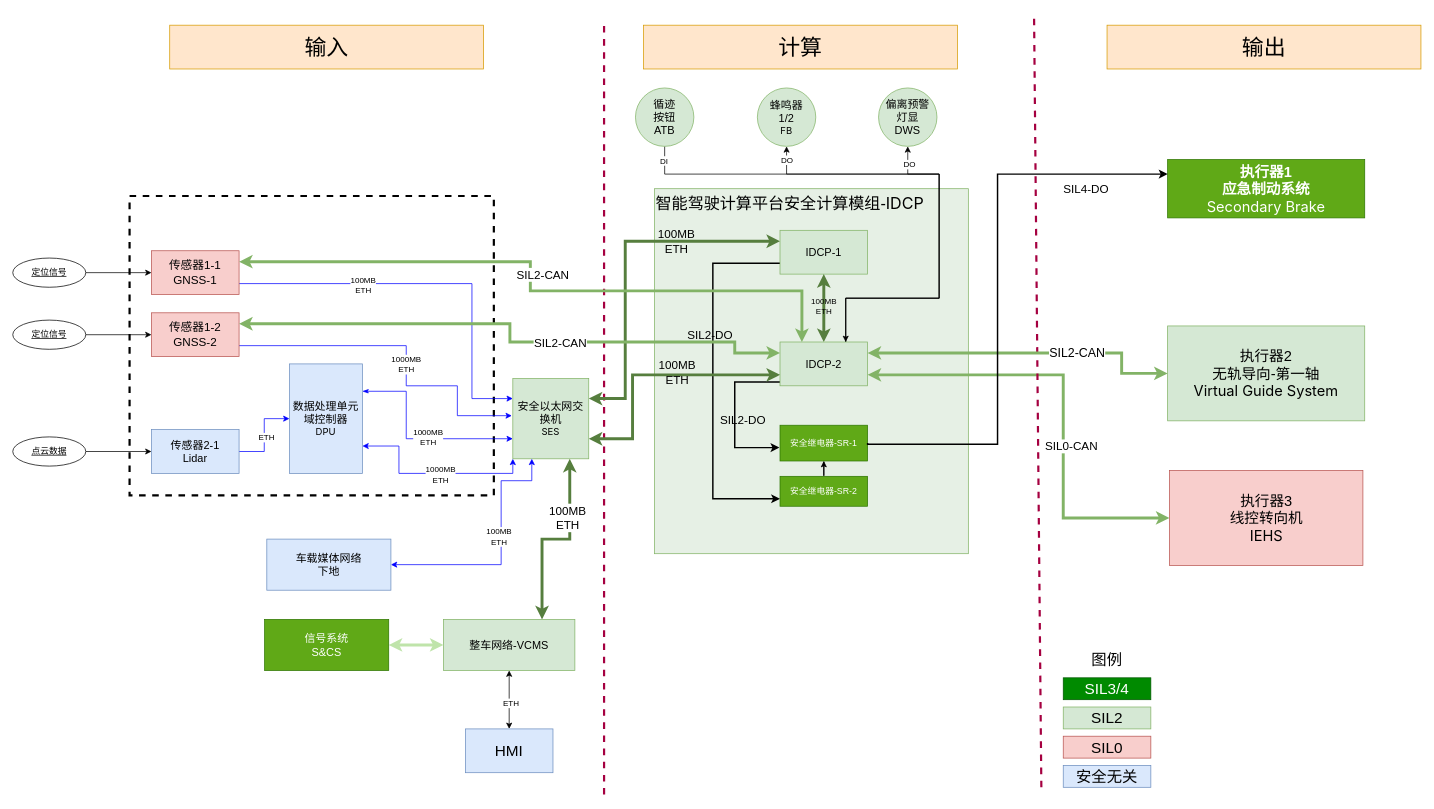
The draw.io diagram page "循迹系统全连接图-240415update" (1 of 8) of 马来DAS系统关联关系图.drawio in FrankWong-cs/SharingwithColleagues, before the edit. Source tidied: cells renumbered, new cells numbered last; positions are measured from the earlier drawing's top-left corner, leaving out a move shared by most shapes. Both pictures are drawn from the tidied source at 73%, with x=0, y=0 at pixel (12, 13).
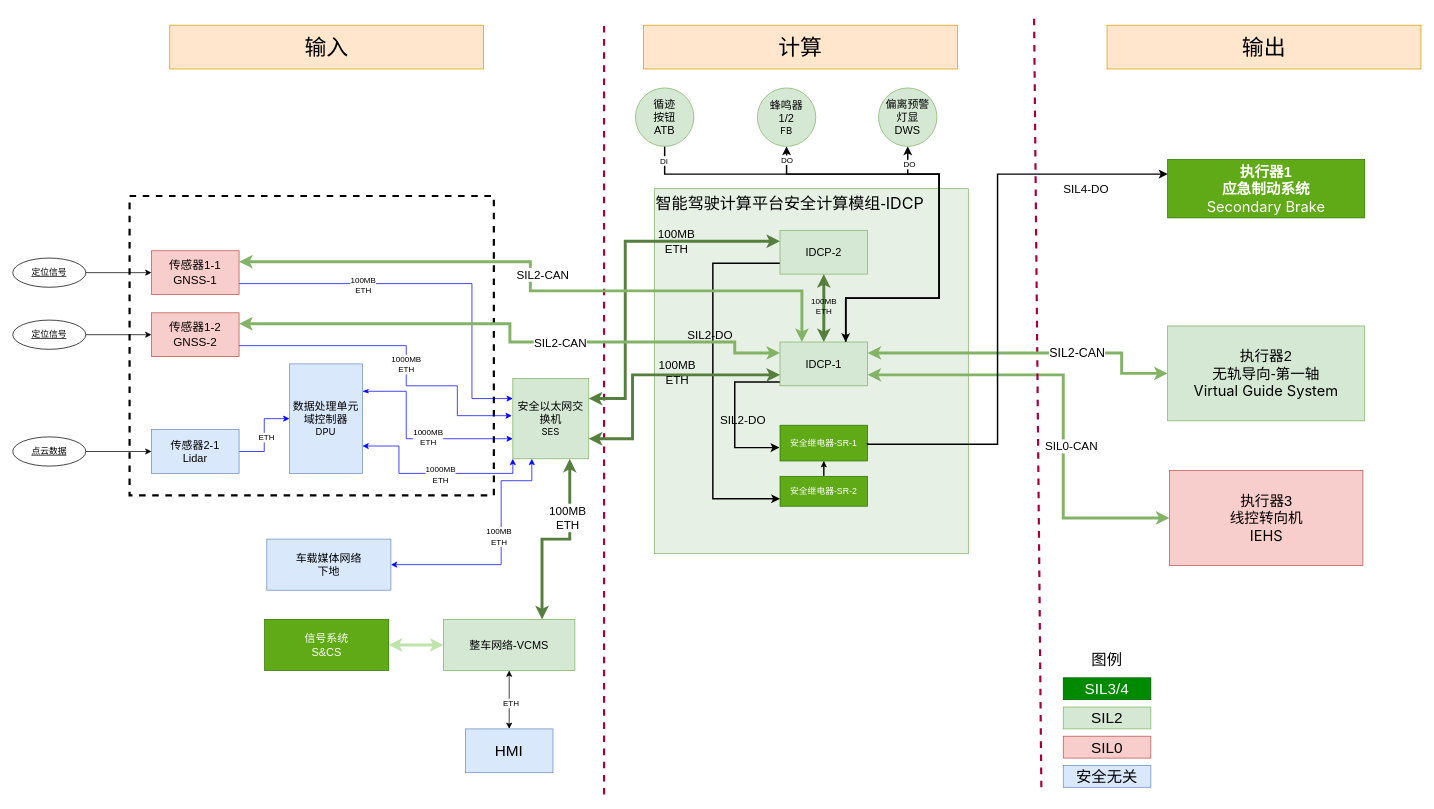
The same page after the edit.

Commit message:
Update 马来DAS系统关联关系图.drawio

The change refers to these unchanged cells:
```xml
<mxCell id="82" value="循迹&lt;br&gt;按钮&lt;div&gt;ATB&lt;/div&gt;" style="ellipse;whiteSpace=wrap;html=1;fontSize=15;fillColor=#d5e8d4;strokeColor=#82b366;rounded=0;flipH=1;" parent="1" vertex="1">
  <mxGeometry x="853" y="102" width="80" height="80" as="geometry" />
</mxCell>
<mxCell id="83" value="蜂鸣器&lt;div&gt;1/2&lt;/div&gt;&lt;div&gt;&lt;div style=&quot;font-size: 13px;&quot;&gt;&lt;div style=&quot;white-space: pre;&quot;&gt;&lt;span style=&quot;font-family: LarkHackSafariFont, LarkEmojiFont, LarkChineseQuote, -apple-system, BlinkMacSystemFont, &amp;quot;Helvetica Neue&amp;quot;, Tahoma, &amp;quot;PingFang SC&amp;quot;, &amp;quot;Microsoft Yahei&amp;quot;, Arial, &amp;quot;Hiragino Sans GB&amp;quot;, sans-serif, &amp;quot;Apple Color Emoji&amp;quot;, &amp;quot;Segoe UI Emoji&amp;quot;, &amp;quot;Segoe UI Symbol&amp;quot;, &amp;quot;Noto Color Emoji&amp;quot;;&quot;&gt;FB&lt;/span&gt;&lt;/div&gt;&lt;/div&gt;&lt;/div&gt;" style="ellipse;whiteSpace=wrap;html=1;fontSize=15;fillColor=#d5e8d4;strokeColor=#82b366;rounded=0;flipH=1;" parent="1" vertex="1">
  <mxGeometry x="1020" y="102" width="80" height="80" as="geometry" />
</mxCell>
<mxCell id="84" value="偏离预警&lt;div&gt;灯显&lt;/div&gt;&lt;div&gt;DWS&lt;/div&gt;" style="ellipse;whiteSpace=wrap;html=1;fontSize=15;fillColor=#d5e8d4;strokeColor=#82b366;rounded=0;flipH=1;" parent="1" vertex="1">
  <mxGeometry x="1186" y="102" width="80" height="80" as="geometry" />
</mxCell>
```

Diff of the diagram source:
```diff
@@
-    <mxCell id="48" value="IDCP-1" style="rounded=0;whiteSpace=wrap;html=1;fillColor=#d5e8d4;fontColor=default;strokeColor=#82b366;fontSize=15;" parent="1" vertex="1">
+    <mxCell id="48" value="IDCP-2" style="rounded=0;whiteSpace=wrap;html=1;fillColor=#d5e8d4;fontColor=default;strokeColor=#82b366;fontSize=15;" parent="1" vertex="1">
       <mxGeometry x="1051" y="297" width="120" height="60" as="geometry" />
     </mxCell>
@@
-    <mxCell id="54" style="edgeStyle=orthogonalEdgeStyle;rounded=0;jettySize=auto;html=1;exitX=0.75;exitY=0;exitDx=0;exitDy=0;entryX=0.5;entryY=1;entryDx=0;entryDy=0;" parent="1" edge="1" source="58" target="83">
+    <mxCell id="54" style="edgeStyle=orthogonalEdgeStyle;rounded=0;jettySize=auto;html=1;exitX=0.75;exitY=0;exitDx=0;exitDy=0;entryX=0.5;entryY=1;entryDx=0;entryDy=0;strokeWidth=2;" parent="1" edge="1" source="58" target="83">
       <mxGeometry relative="1" as="geometry">
         <Array as="points">
           <mxPoint x="1141" y="390" />
           <mxPoint x="1269" y="390" />
           <mxPoint x="1269" y="220" />
           <mxPoint x="1060" y="220" />
         </Array>
       </mxGeometry>
     </mxCell>
@@
-    <mxCell id="56" style="edgeStyle=orthogonalEdgeStyle;rounded=0;jettySize=auto;html=1;exitX=0.75;exitY=0;exitDx=0;exitDy=0;entryX=0.5;entryY=1;entryDx=0;entryDy=0;" parent="1" edge="1" source="58" target="84">
+    <mxCell id="56" style="edgeStyle=orthogonalEdgeStyle;rounded=0;jettySize=auto;html=1;exitX=0.75;exitY=0;exitDx=0;exitDy=0;entryX=0.5;entryY=1;entryDx=0;entryDy=0;strokeWidth=2;" parent="1" edge="1" source="58" target="84">
       <mxGeometry relative="1" as="geometry">
         <Array as="points">
           <mxPoint x="1141" y="390" />
           <mxPoint x="1269" y="390" />
           <mxPoint x="1269" y="220" />
           <mxPoint x="1226" y="220" />
         </Array>
       </mxGeometry>
     </mxCell>
@@
-    <mxCell id="58" value="IDCP-2" style="rounded=0;whiteSpace=wrap;html=1;fillColor=#d5e8d4;fontColor=default;strokeColor=#82b366;fontSize=15;" parent="1" vertex="1">
+    <mxCell id="58" value="IDCP-1" style="rounded=0;whiteSpace=wrap;html=1;fillColor=#d5e8d4;fontColor=default;strokeColor=#82b366;fontSize=15;" parent="1" vertex="1">
       <mxGeometry x="1051" y="450" width="120" height="60" as="geometry" />
     </mxCell>
@@
-    <mxCell id="80" style="edgeStyle=orthogonalEdgeStyle;rounded=0;jettySize=auto;html=1;exitX=0.5;exitY=1;exitDx=0;exitDy=0;entryX=0.75;entryY=0;entryDx=0;entryDy=0;" parent="1" edge="1" source="82" target="58">
+    <mxCell id="80" style="edgeStyle=orthogonalEdgeStyle;rounded=0;jettySize=auto;html=1;exitX=0.5;exitY=1;exitDx=0;exitDy=0;entryX=0.75;entryY=0;entryDx=0;entryDy=0;strokeWidth=2;" parent="1" edge="1" source="82" target="58">
       <mxGeometry relative="1" as="geometry">
         <Array as="points">
           <mxPoint x="893" y="220" />
           <mxPoint x="1269" y="220" />
           <mxPoint x="1269" y="390" />
           <mxPoint x="1141" y="390" />
         </Array>
       </mxGeometry>
     </mxCell>
```
